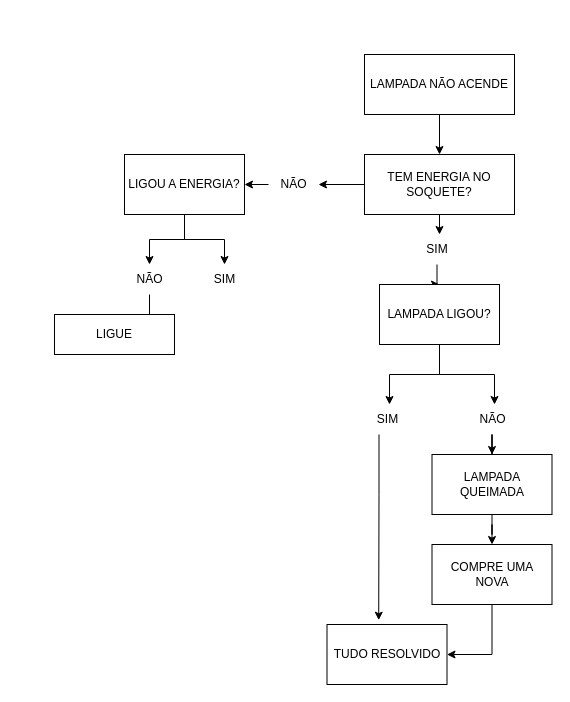
Above: Diagrama sem nome.drawio in willfra/spotify (draw.io), before the change. Source tidied: cells renumbered, new cells numbered last; positions are measured from the earlier drawing's top-left corner, leaving out a move shared by most shapes. Both pictures are drawn from the tidied source at 100%, with x=0, y=0 at pixel (54, 54).
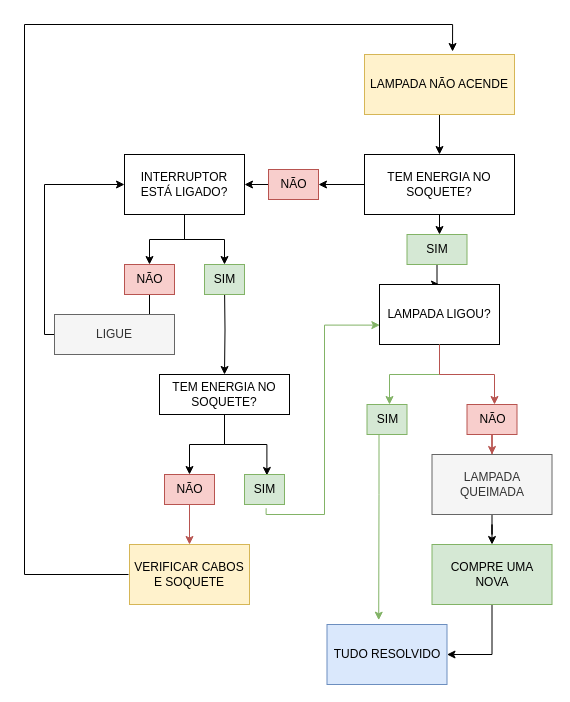
Above is the later version.

The change refers to these unchanged cells:
```xml
<mxCell id="9" value="LAMPADA LIGOU?" style="whiteSpace=wrap;html=1;" parent="1" vertex="1">
  <mxGeometry x="325" y="230" width="120" height="60" as="geometry" />
</mxCell>
```

What changed in the source:
```diff
@@
-    <mxCell id="3" value="LAMPADA NÃO ACENDE" style="rounded=0;whiteSpace=wrap;html=1;arcSize=50;" parent="1" vertex="1">
+    <mxCell id="3" value="LAMPADA NÃO ACENDE" style="rounded=0;whiteSpace=wrap;html=1;arcSize=50;labelBackgroundColor=none;fillColor=#fff2cc;strokeColor=#d6b656;" parent="1" vertex="1">
       <mxGeometry x="310" width="150" height="60" as="geometry" />
     </mxCell>
@@
-    <mxCell id="8" value="SIM" style="text;html=1;strokeColor=none;fillColor=none;align=center;verticalAlign=middle;whiteSpace=wrap;rounded=0;" parent="1" vertex="1">
+    <mxCell id="8" value="SIM" style="text;html=1;strokeColor=#82b366;fillColor=#d5e8d4;align=center;verticalAlign=middle;whiteSpace=wrap;rounded=0;" parent="1" vertex="1">
       <mxGeometry x="352.5" y="180" width="60" height="30" as="geometry" />
     </mxCell>
@@
-    <mxCell id="11" value="NÃO" style="text;html=1;align=center;verticalAlign=middle;points=[];strokeColor=none;fillColor=none;" parent="1" vertex="1">
+    <mxCell id="11" value="NÃO" style="text;html=1;align=center;verticalAlign=middle;points=[];strokeColor=#b85450;fillColor=#f8cecc;" parent="1" vertex="1">
       <mxGeometry x="214" y="115" width="50" height="30" as="geometry" />
     </mxCell>
@@
-    <mxCell id="14" value="LIGOU A ENERGIA?" style="whiteSpace=wrap;html=1;" parent="1" vertex="1">
+    <mxCell id="14" value="INTERRUPTOR ESTÁ LIGADO?" style="whiteSpace=wrap;html=1;" parent="1" vertex="1">
       <mxGeometry x="70" y="100" width="120" height="60" as="geometry" />
     </mxCell>
-    <mxCell id="15" style="edgeStyle=orthogonalEdgeStyle;rounded=0;jettySize=auto;html=1;exitX=0.5;exitY=1;exitDx=0;exitDy=0;" parent="1" edge="1" source="9" target="18">
+    <mxCell id="15" style="edgeStyle=orthogonalEdgeStyle;rounded=0;jettySize=auto;html=1;exitX=0.5;exitY=1;exitDx=0;exitDy=0;fillColor=#d5e8d4;strokeColor=#82b366;" parent="1" edge="1" source="9" target="18">
       <mxGeometry relative="1" as="geometry">
         <Array as="points">
           <mxPoint x="385" y="320" />
           <mxPoint x="335" y="320" />
         </Array>
       </mxGeometry>
     </mxCell>
-    <mxCell id="16" style="edgeStyle=orthogonalEdgeStyle;rounded=0;jettySize=auto;html=1;exitX=0.5;exitY=1;exitDx=0;exitDy=0;" parent="1" edge="1" source="9" target="20">
+    <mxCell id="16" style="edgeStyle=orthogonalEdgeStyle;rounded=0;jettySize=auto;html=1;exitX=0.5;exitY=1;exitDx=0;exitDy=0;fillColor=#f8cecc;strokeColor=#b85450;" parent="1" edge="1" source="9" target="20">
       <mxGeometry relative="1" as="geometry">
         <Array as="points">
           <mxPoint x="385" y="320" />
           <mxPoint x="440" y="320" />
         </Array>
       </mxGeometry>
     </mxCell>
-    <mxCell id="17" style="edgeStyle=orthogonalEdgeStyle;rounded=0;jettySize=auto;html=1;entryX=0.431;entryY=-0.072;entryDx=0;entryDy=0;entryPerimeter=0;" parent="1" edge="1" source="18" target="23">
+    <mxCell id="17" style="edgeStyle=orthogonalEdgeStyle;rounded=0;jettySize=auto;html=1;entryX=0.431;entryY=-0.072;entryDx=0;entryDy=0;entryPerimeter=0;fillColor=#d5e8d4;strokeColor=#82b366;" parent="1" edge="1" source="18" target="23">
       <mxGeometry relative="1" as="geometry">
         <Array as="points">
           <mxPoint x="324.5" y="440" />
           <mxPoint x="324.5" y="440" />
         </Array>
       </mxGeometry>
     </mxCell>
-    <mxCell id="18" value="SIM&lt;br&gt;" style="text;html=1;align=center;verticalAlign=middle;points=[];strokeColor=none;fillColor=none;" parent="1" vertex="1">
+    <mxCell id="18" value="SIM&lt;br&gt;" style="text;html=1;align=center;verticalAlign=middle;points=[];strokeColor=#82b366;fillColor=#d5e8d4;" parent="1" vertex="1">
       <mxGeometry x="312.5" y="350" width="40" height="30" as="geometry" />
     </mxCell>
-    <mxCell id="19" style="edgeStyle=orthogonalEdgeStyle;rounded=0;jettySize=auto;html=1;" parent="1" edge="1" source="20" target="22">
+    <mxCell id="19" style="edgeStyle=orthogonalEdgeStyle;rounded=0;jettySize=auto;html=1;fillColor=#f8cecc;strokeColor=#b85450;" parent="1" edge="1" source="20" target="22">
       <mxGeometry relative="1" as="geometry" />
     </mxCell>
-    <mxCell id="20" value="NÃO" style="text;html=1;align=center;verticalAlign=middle;points=[];strokeColor=none;fillColor=none;" parent="1" vertex="1">
+    <mxCell id="20" value="NÃO" style="text;html=1;align=center;verticalAlign=middle;points=[];strokeColor=#b85450;fillColor=#f8cecc;" parent="1" vertex="1">
       <mxGeometry x="412.5" y="350" width="50" height="30" as="geometry" />
     </mxCell>
@@
-    <mxCell id="22" value="LAMPADA QUEIMADA" style="whiteSpace=wrap;html=1;" parent="1" vertex="1">
+    <mxCell id="22" value="LAMPADA QUEIMADA" style="whiteSpace=wrap;html=1;fillColor=#f5f5f5;fontColor=#333333;strokeColor=#666666;" parent="1" vertex="1">
       <mxGeometry x="377.5" y="400" width="120" height="60" as="geometry" />
     </mxCell>
-    <mxCell id="23" value="TUDO RESOLVIDO" style="whiteSpace=wrap;html=1;" parent="1" vertex="1">
+    <mxCell id="23" value="TUDO RESOLVIDO" style="whiteSpace=wrap;html=1;fillColor=#dae8fc;strokeColor=#6c8ebf;" parent="1" vertex="1">
       <mxGeometry x="272.5" y="570" width="120" height="60" as="geometry" />
     </mxCell>
+    <mxCell id="30" style="edgeStyle=orthogonalEdgeStyle;rounded=0;jettySize=auto;html=1;entryX=0.5;entryY=0;entryDx=0;entryDy=0;" parent="1" edge="1" target="34">
+      <mxGeometry relative="1" as="geometry">
+        <mxPoint x="170" y="230" as="sourcePoint" />
+      </mxGeometry>
+    </mxCell>
-    <mxCell id="24" value="SIM" style="text;html=1;align=center;verticalAlign=middle;points=[];strokeColor=none;fillColor=none;" parent="1" vertex="1">
+    <mxCell id="24" value="SIM" style="text;html=1;align=center;verticalAlign=middle;points=[];strokeColor=#82b366;fillColor=#d5e8d4;" parent="1" vertex="1">
       <mxGeometry x="150" y="210" width="40" height="30" as="geometry" />
     </mxCell>
@@
-    <mxCell id="26" value="NÃO" style="text;html=1;align=center;verticalAlign=middle;points=[];strokeColor=none;fillColor=none;" parent="1" vertex="1">
+    <mxCell id="26" value="NÃO" style="text;html=1;align=center;verticalAlign=middle;points=[];strokeColor=#b85450;fillColor=#f8cecc;" parent="1" vertex="1">
       <mxGeometry x="70" y="210" width="50" height="30" as="geometry" />
     </mxCell>
+    <mxCell id="31" style="edgeStyle=orthogonalEdgeStyle;rounded=0;jettySize=auto;html=1;entryX=0;entryY=0.5;entryDx=0;entryDy=0;" parent="1" edge="1" source="27" target="14">
+      <mxGeometry relative="1" as="geometry">
+        <Array as="points">
+          <mxPoint x="-10" y="280" />
+          <mxPoint x="-10" y="130" />
+        </Array>
+      </mxGeometry>
+    </mxCell>
-    <mxCell id="27" value="LIGUE" style="whiteSpace=wrap;html=1;" parent="1" vertex="1">
+    <mxCell id="27" value="LIGUE" style="whiteSpace=wrap;html=1;fillColor=#f5f5f5;fontColor=#333333;strokeColor=#666666;" parent="1" vertex="1">
       <mxGeometry y="260" width="120" height="40" as="geometry" />
     </mxCell>
@@
-    <mxCell id="29" value="COMPRE UMA NOVA" style="whiteSpace=wrap;html=1;" parent="1" vertex="1">
+    <mxCell id="29" value="COMPRE UMA NOVA" style="whiteSpace=wrap;html=1;fillColor=#d5e8d4;strokeColor=#82b366;" parent="1" vertex="1">
       <mxGeometry x="377.5" y="490" width="120" height="60" as="geometry" />
     </mxCell>
+    <mxCell id="32" style="edgeStyle=orthogonalEdgeStyle;rounded=0;jettySize=auto;html=1;" parent="1" edge="1" source="34" target="38">
+      <mxGeometry relative="1" as="geometry" />
+    </mxCell>
+    <mxCell id="33" style="edgeStyle=orthogonalEdgeStyle;rounded=0;jettySize=auto;html=1;entryX=0.56;entryY=0.032;entryDx=0;entryDy=0;entryPerimeter=0;" parent="1" edge="1" source="34" target="36">
+      <mxGeometry relative="1" as="geometry" />
+    </mxCell>
+    <mxCell id="34" value="TEM ENERGIA NO SOQUETE?" style="whiteSpace=wrap;html=1;" parent="1" vertex="1">
+      <mxGeometry x="105" y="320" width="130" height="40" as="geometry" />
+    </mxCell>
+    <mxCell id="35" style="edgeStyle=orthogonalEdgeStyle;rounded=0;jettySize=auto;html=1;entryX=0.003;entryY=0.677;entryDx=0;entryDy=0;entryPerimeter=0;exitX=0.541;exitY=1.124;exitDx=0;exitDy=0;exitPerimeter=0;fillColor=#d5e8d4;strokeColor=#82b366;" parent="1" edge="1" source="36" target="9">
+      <mxGeometry relative="1" as="geometry">
+        <Array as="points">
+          <mxPoint x="212" y="460" />
+          <mxPoint x="270" y="460" />
+          <mxPoint x="270" y="271" />
+        </Array>
+      </mxGeometry>
+    </mxCell>
+    <mxCell id="36" value="SIM" style="text;html=1;align=center;verticalAlign=middle;points=[];strokeColor=#82b366;fillColor=#d5e8d4;" parent="1" vertex="1">
+      <mxGeometry x="190" y="420" width="40" height="30" as="geometry" />
+    </mxCell>
+    <mxCell id="37" style="edgeStyle=orthogonalEdgeStyle;rounded=0;jettySize=auto;html=1;fillColor=#f8cecc;strokeColor=#b85450;" parent="1" edge="1" source="38" target="40">
+      <mxGeometry relative="1" as="geometry" />
+    </mxCell>
+    <mxCell id="38" value="NÃO" style="text;html=1;align=center;verticalAlign=middle;points=[];strokeColor=#b85450;fillColor=#f8cecc;" parent="1" vertex="1">
+      <mxGeometry x="110" y="420" width="50" height="30" as="geometry" />
+    </mxCell>
+    <mxCell id="39" style="edgeStyle=orthogonalEdgeStyle;rounded=0;jettySize=auto;html=1;entryX=0.587;entryY=-0.05;entryDx=0;entryDy=0;entryPerimeter=0;" parent="1" edge="1" target="3">
+      <mxGeometry relative="1" as="geometry">
+        <mxPoint x="74" y="520" as="sourcePoint" />
+        <Array as="points">
+          <mxPoint x="-30" y="520" />
+          <mxPoint x="-30" y="-30" />
+          <mxPoint x="398" y="-30" />
+        </Array>
+      </mxGeometry>
+    </mxCell>
+    <mxCell id="40" value="VERIFICAR CABOS E SOQUETE" style="whiteSpace=wrap;html=1;fillColor=#fff2cc;strokeColor=#d6b656;" parent="1" vertex="1">
+      <mxGeometry x="75" y="490" width="120" height="60" as="geometry" />
+    </mxCell>
```
